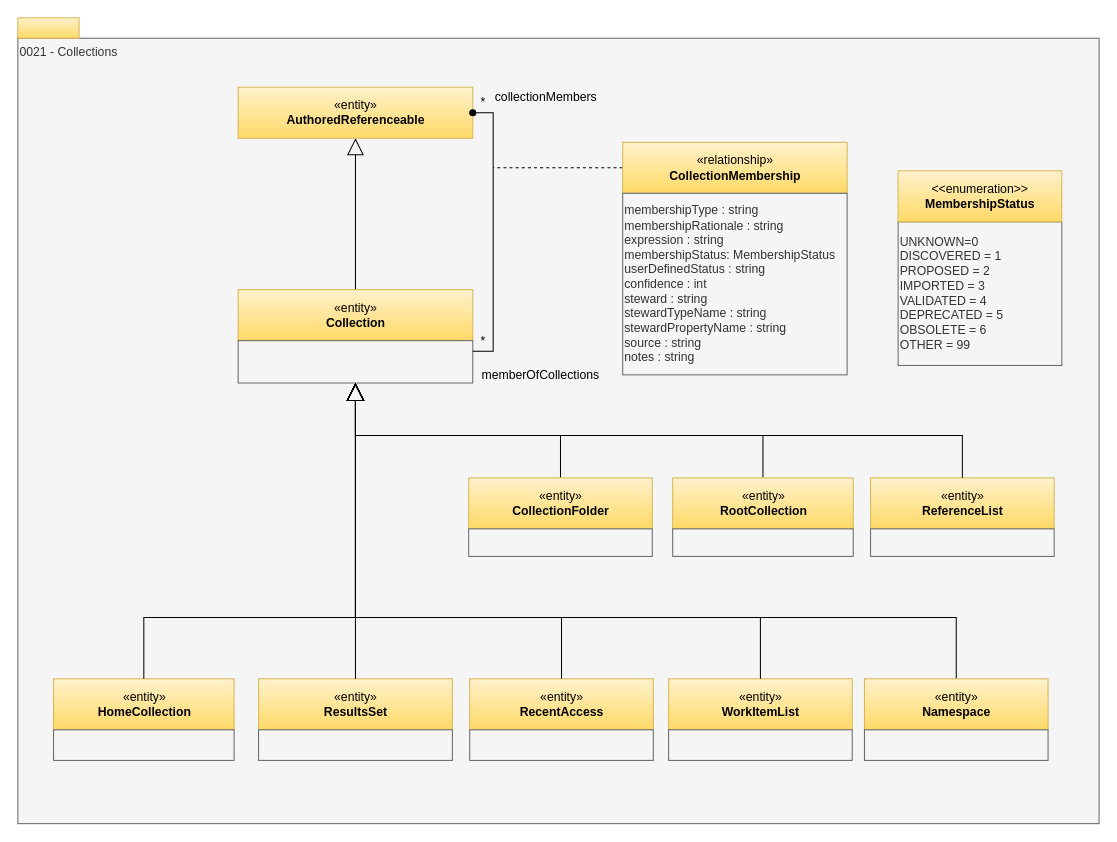
Earlier version of the draw.io diagram page "0021-Collections" (16 of 32) of site/docs/types/0/area-0-basic-types-and-infrastructure.drawio (odpi/egeria-docs). Source tidied: cells renumbered, new cells numbered last; positions are measured from the earlier drawing's top-left corner, leaving out a move shared by most shapes. Both pictures are drawn from the tidied source at 102%, with x=0, y=0 at pixel (17, 17).
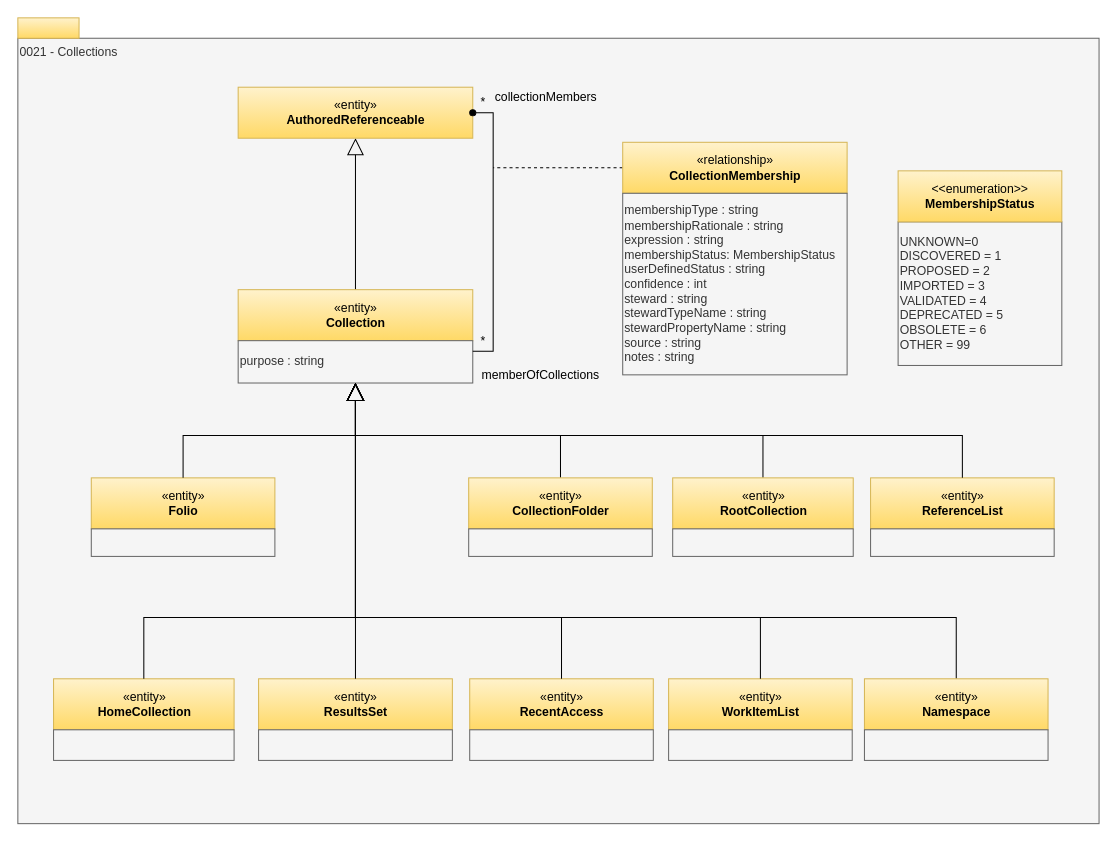
The same page after the edit.

The edit, as a diff of the source:
```diff
@@
-    <mxCell id="8" style="rounded=0;whiteSpace=wrap;html=1;align=left;fillColor=#f5f5f5;fontColor=#333333;strokeColor=#666666;" parent="1" vertex="1">
+    <mxCell id="8" value="purpose : string" style="rounded=0;whiteSpace=wrap;html=1;align=left;fillColor=#f5f5f5;fontColor=#333333;strokeColor=#666666;" parent="1" vertex="1">
       <mxGeometry x="216" y="316.5" width="230" height="41.5" as="geometry" />
     </mxCell>
@@
+    <mxCell id="42" value="«entity»&lt;br&gt;&lt;b&gt;Folio&lt;/b&gt;" style="html=1;strokeColor=#d6b656;align=center;fillColor=#fff2cc;gradientColor=#ffd966;" parent="1" vertex="1">
+      <mxGeometry x="72" y="451" width="180" height="50" as="geometry" />
+    </mxCell>
+    <mxCell id="43" style="rounded=0;whiteSpace=wrap;html=1;align=left;fillColor=#f5f5f5;fontColor=#333333;strokeColor=#666666;" parent="1" vertex="1">
+      <mxGeometry x="72" y="501" width="180" height="27" as="geometry" />
+    </mxCell>
+    <mxCell id="44" style="edgeStyle=orthogonalEdgeStyle;rounded=0;html=1;exitX=0.5;exitY=1;endArrow=none;endFill=0;jettySize=auto;exitDx=0;exitDy=0;strokeWidth=1;startArrow=block;startFill=0;endSize=6;startSize=15;" parent="1" edge="1" source="8" target="42">
+      <mxGeometry relative="1" as="geometry" />
+    </mxCell>
```
